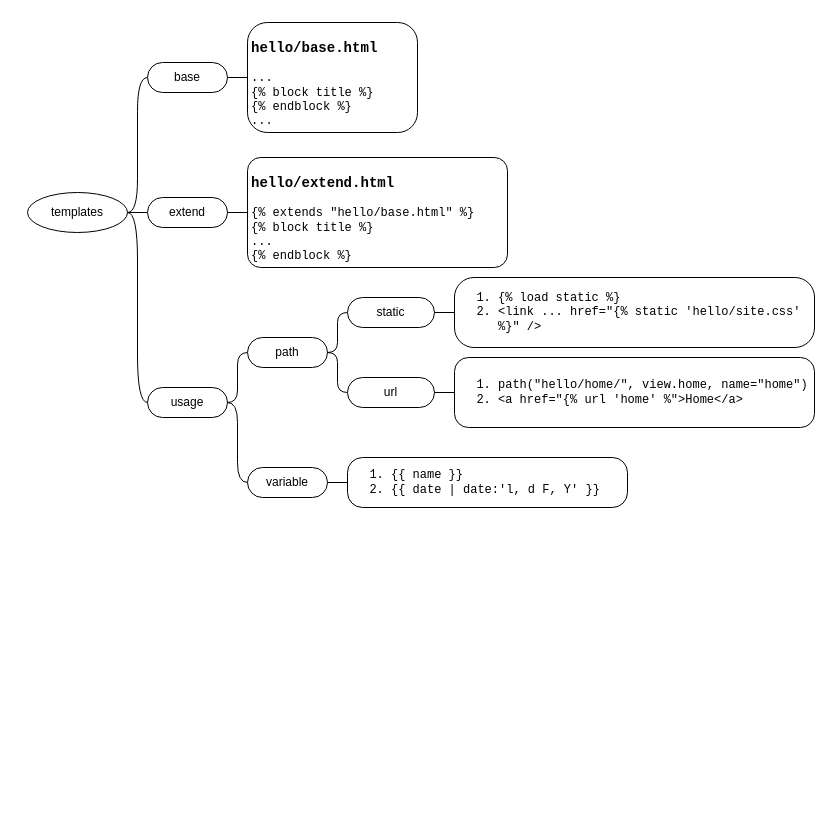
This is page "templates" (2 of 4) of languages/python/django.drawio from yangdj/tf_docs, a draw.io file, before an edit. Source tidied: cells renumbered, new cells numbered last; positions are measured from the earlier drawing's top-left corner, leaving out a move shared by most shapes. Both pictures are drawn from the tidied source at 100%, with x=0, y=0 at pixel (17, 17).
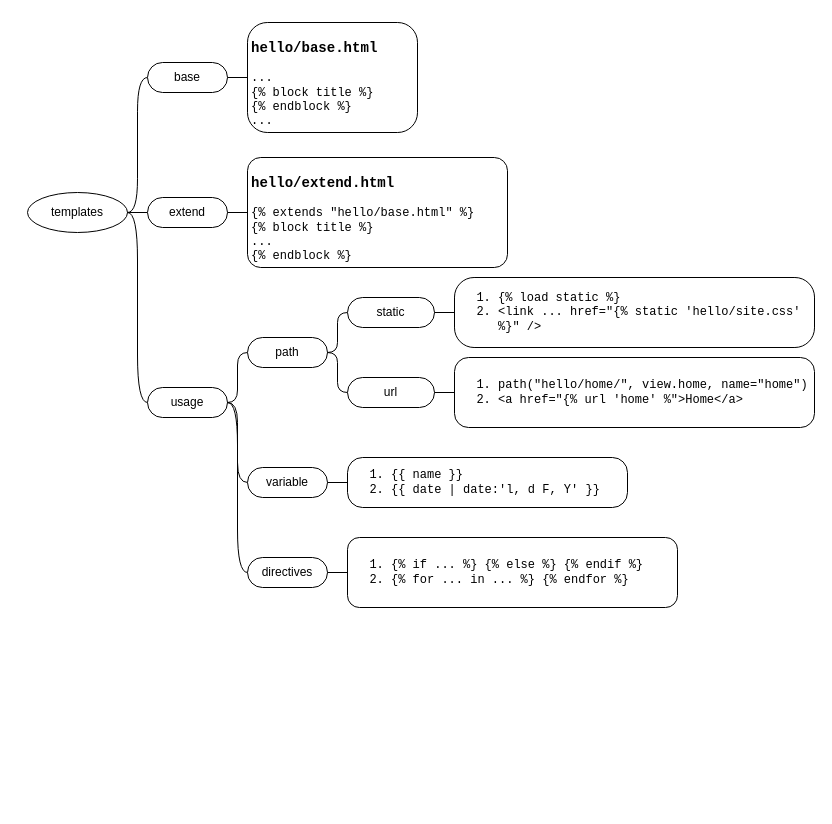
After the change.

Unchanged cells that the change refers to:
```xml
<mxCell id="2" style="swimlane;html=1;startSize=20;horizontal=1;containerType=tree;fillColor=none;strokeColor=none;overflow=visible;fixDash=0;" parent="1" vertex="1">
  <mxGeometry width="790" height="790" as="geometry" />
</mxCell>
<mxCell id="13" value="usage" style="whiteSpace=wrap;html=1;rounded=1;arcSize=50;align=center;verticalAlign=middle;strokeWidth=1;spacing=4;newEdgeStyle={&quot;edgeStyle&quot;:&quot;entityRelationEdgeStyle&quot;,&quot;startArrow&quot;:&quot;none&quot;,&quot;endArrow&quot;:&quot;none&quot;,&quot;segment&quot;:10,&quot;curved&quot;:1};" parent="2" vertex="1">
  <mxGeometry x="130" y="370" width="80" height="30" as="geometry" />
</mxCell>
```

Diff of the diagram source:
```diff
@@
+    <mxCell id="28" style="edgeStyle=entityRelationEdgeStyle;startArrow=none;endArrow=none;segment=10;curved=1;" parent="2" edge="1" source="13" target="29">
+      <mxGeometry relative="1" as="geometry" />
+    </mxCell>
+    <mxCell id="29" value="directives" style="whiteSpace=wrap;html=1;rounded=1;arcSize=50;align=center;verticalAlign=middle;strokeWidth=1;spacing=4;newEdgeStyle={&quot;edgeStyle&quot;:&quot;entityRelationEdgeStyle&quot;,&quot;startArrow&quot;:&quot;none&quot;,&quot;endArrow&quot;:&quot;none&quot;,&quot;segment&quot;:10,&quot;curved&quot;:1};" parent="2" vertex="1">
+      <mxGeometry x="230" y="540" width="80" height="30" as="geometry" />
+    </mxCell>
+    <mxCell id="30" style="edgeStyle=entityRelationEdgeStyle;startArrow=none;endArrow=none;segment=10;curved=1;" parent="2" edge="1" source="29" target="31">
+      <mxGeometry relative="1" as="geometry" />
+    </mxCell>
+    <mxCell id="31" value="&lt;ol&gt;&lt;li&gt;{% if ... %} {% else %} {% endif %}&lt;/li&gt;&lt;li&gt;{% for ... in ... %} {% endfor %}&lt;/li&gt;&lt;/ol&gt;" style="whiteSpace=wrap;html=1;rounded=1;arcSize=17;align=left;verticalAlign=middle;strokeWidth=1;spacing=4;newEdgeStyle={&quot;edgeStyle&quot;:&quot;entityRelationEdgeStyle&quot;,&quot;startArrow&quot;:&quot;none&quot;,&quot;endArrow&quot;:&quot;none&quot;,&quot;segment&quot;:10,&quot;curved&quot;:1};fontFamily=Courier New;" parent="2" vertex="1">
+      <mxGeometry x="330" y="520" width="330" height="70" as="geometry" />
+    </mxCell>
```
